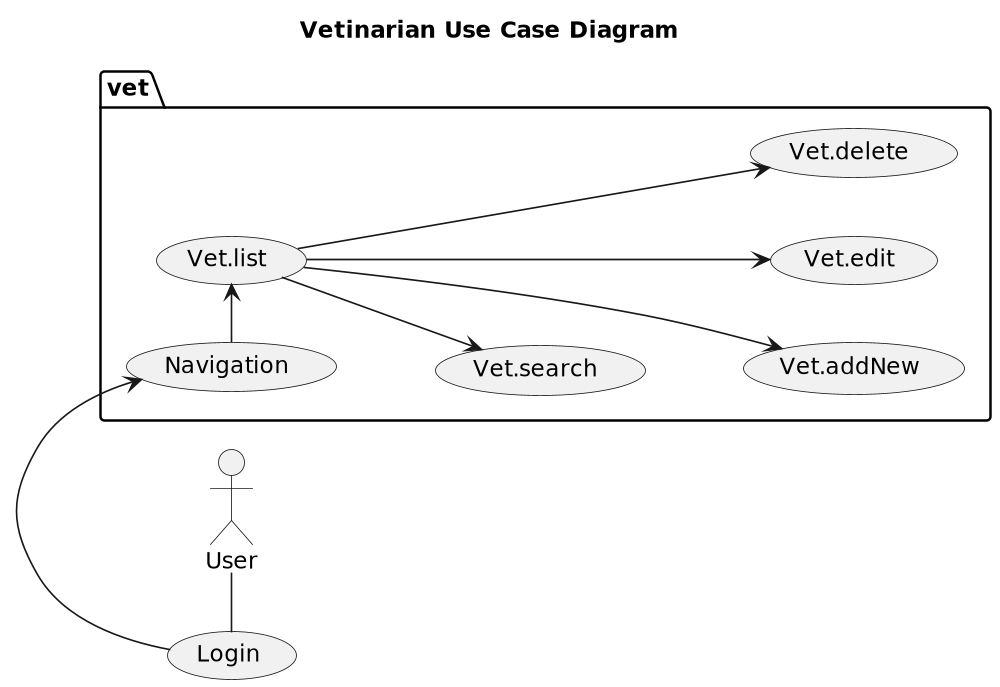
Above: uml/vet/concept/Vet__UseCase-Vetinarian_Use_Case_Diagram.png in Jakarta-EE-Petclinic/petclinic-uml (PlantUML), before the change. The source it was exported from:
```plantuml
@startuml

title Vetinarian Use Case Diagram


left to right direction

scale 1000 width

User - (Login)
package vet {
    (Login) -> (Navigation)
    (Navigation) -> (Vet.list)
    (Vet.list) --> (Vet.search)
    (Vet.list) ---> (Vet.addNew)
    (Vet.list) ---> (Vet.edit)
    (Vet.list) ---> (Vet.delete)
}
@enduml
```
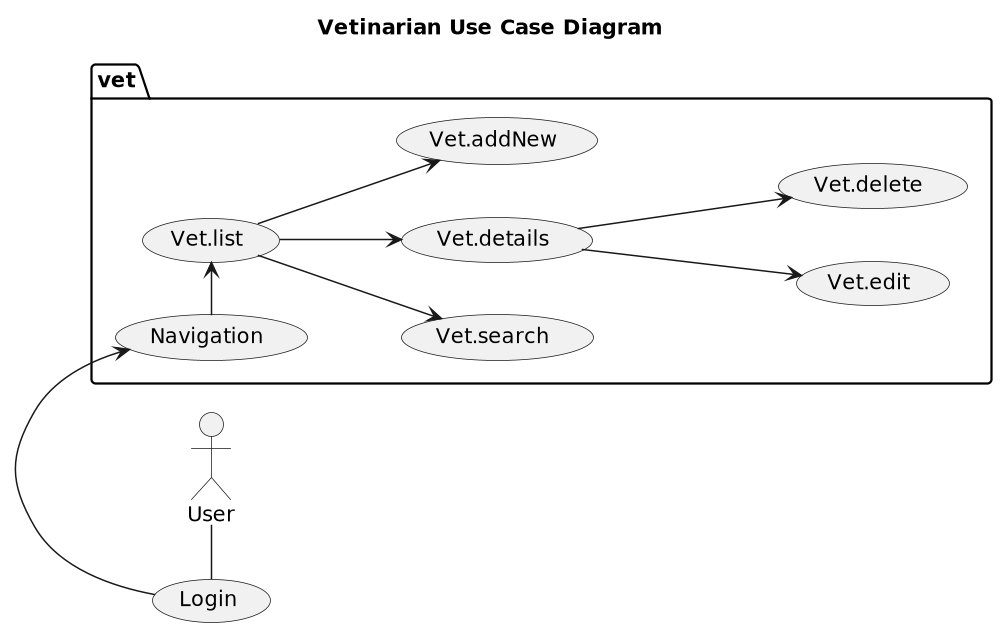
The same file after the commit.

What changed in the source:
```diff
@@ -12,8 +12,9 @@
     (Login) -> (Navigation)
     (Navigation) -> (Vet.list)
     (Vet.list) --> (Vet.search)
-    (Vet.list) ---> (Vet.addNew)
-    (Vet.list) ---> (Vet.edit)
-    (Vet.list) ---> (Vet.delete)
+    (Vet.list) --> (Vet.details)
+    (Vet.list) --> (Vet.addNew)
+    (Vet.details) ---> (Vet.edit)
+    (Vet.details) ---> (Vet.delete)
 }
 @enduml
```
